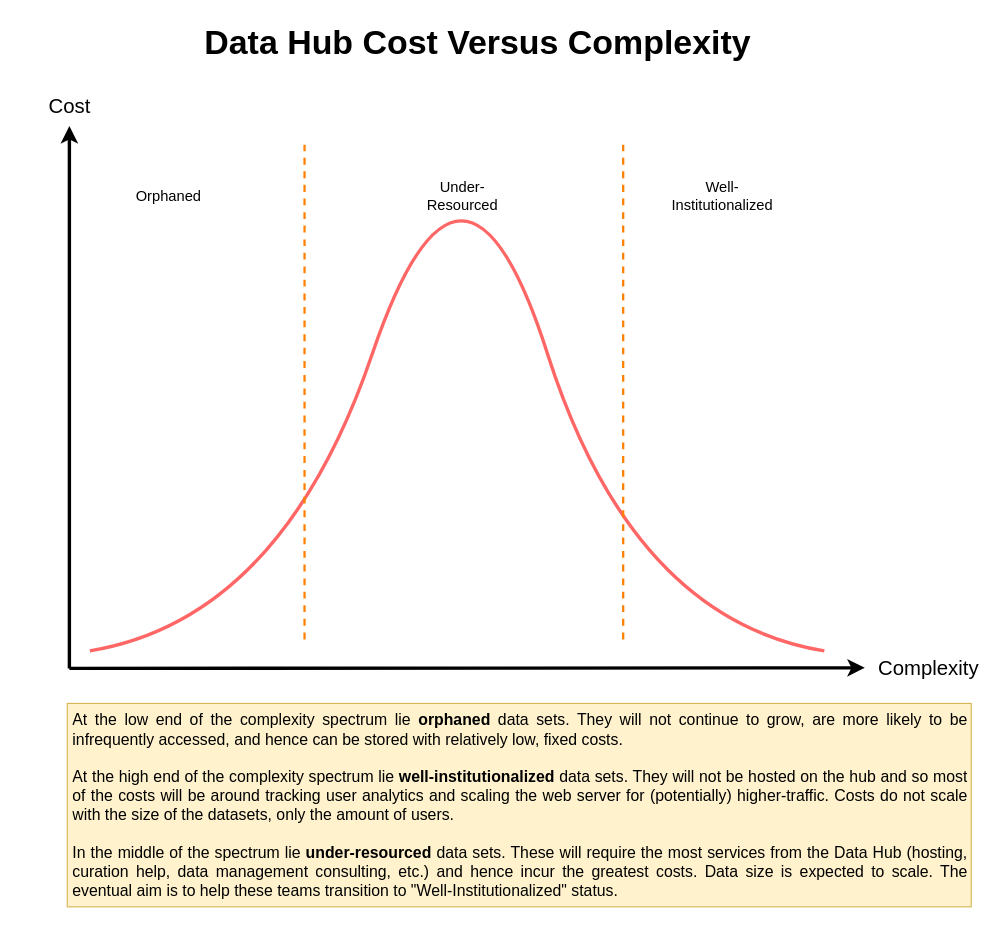
The draw.io diagram solutions-architecture/data-hub-complexity-vs-cost.drawio in EandrewJones/templates, before the edit. Source tidied: cells renumbered, new cells numbered last; positions are measured from the earlier drawing's top-left corner, leaving out a move shared by most shapes. Both pictures are drawn from the tidied source at 113%, with x=0, y=0 at pixel (19, 18).
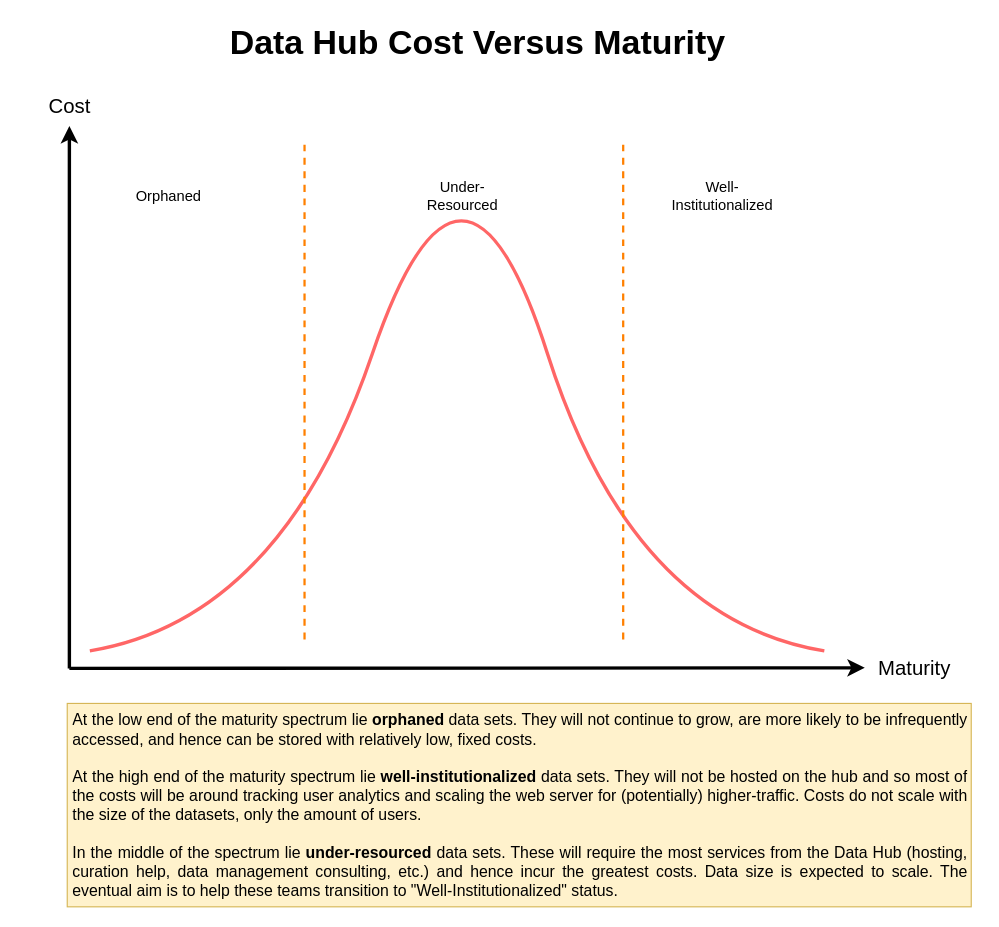
After the change.

Unchanged cells that the change refers to:
```xml
<mxCell id="4" style="group;" parent="3" vertex="1">
  <mxGeometry width="840" height="517" as="geometry" />
</mxCell>
```

Diff of the diagram source:
```diff
@@
-    <mxCell id="2" value="Data Hub Cost Versus Complexity" style="text;spacingTop=-5;align=center;verticalAlign=middle;fontSize=30;fontStyle=1;html=1;" parent="1" vertex="1">
+    <mxCell id="2" value="Data Hub Cost Versus Maturity" style="text;spacingTop=-5;align=center;verticalAlign=middle;fontSize=30;fontStyle=1;html=1;" parent="1" vertex="1">
       <mxGeometry x="-0.5" y="0.5" width="810" height="45" as="geometry" />
     </mxCell>
@@
-    <mxCell id="6" value="Complexity" style="text;spacingTop=-5;html=1;fontSize=18;fontStyle=0;strokeColor=none;" parent="4" vertex="1">
+    <mxCell id="6" value="Maturity" style="text;spacingTop=-5;html=1;fontSize=18;fontStyle=0;strokeColor=none;" parent="4" vertex="1">
       <mxGeometry x="756.3" y="497" width="83.7" height="20" as="geometry" />
     </mxCell>
@@
-    <mxCell id="15" value="&lt;div style=&quot;font-size: 14px;&quot; align=&quot;justify&quot;&gt;&lt;font style=&quot;font-size: 14px;&quot;&gt;&lt;br&gt;&lt;/font&gt;&lt;/div&gt;&lt;div style=&quot;font-size: 14px;&quot; align=&quot;justify&quot;&gt;&lt;font style=&quot;font-size: 14px;&quot;&gt;At the low end of the complexity spectrum lie &lt;b&gt;orphaned&lt;/b&gt; data sets. They will not continue to grow, are more likely to be infrequently accessed, and hence can be stored with relatively low, fixed costs. &lt;br&gt;&lt;/font&gt;&lt;/div&gt;&lt;div style=&quot;font-size: 14px;&quot; align=&quot;justify&quot;&gt;&lt;font style=&quot;font-size: 14px;&quot;&gt;&lt;br&gt;&lt;/font&gt;&lt;/div&gt;&lt;div style=&quot;font-size: 14px;&quot; align=&quot;justify&quot;&gt;&lt;font style=&quot;font-size: 14px;&quot;&gt;At the high end of the complexity spectrum lie &lt;b&gt;well-institutionalized&lt;/b&gt; data sets. They will not be hosted on the hub and so most of the costs will be around tracking user analytics and scaling the web server for (potentially) higher-traffic. Costs do not scale with the size of the datasets, only the amount of users.&lt;/font&gt;&lt;/div&gt;&lt;div style=&quot;font-size: 14px;&quot; align=&quot;justify&quot;&gt;&lt;font style=&quot;font-size: 14px;&quot;&gt;&lt;br&gt;&lt;/font&gt;&lt;/div&gt;&lt;div style=&quot;font-size: 14px;&quot; align=&quot;justify&quot;&gt;&lt;font style=&quot;font-size: 14px;&quot;&gt;In the middle of the spectrum lie &lt;b&gt;under-resourced&lt;/b&gt; data sets. These will  require the most services from the Data Hub (hosting, curation help, data management consulting, etc.) and hence incur the greatest costs. Data size is expected to scale. The eventual aim is to help these teams transition to &quot;Well-Institutionalized&quot; status.&lt;br&gt;&lt;/font&gt;&lt;/div&gt;" style="text;html=1;strokeColor=#d6b656;fillColor=#fff2cc;spacing=5;spacingTop=-20;whiteSpace=wrap;overflow=hidden;rounded=0;fontSize=13;" parent="1" vertex="1">
+    <mxCell id="15" value="&lt;div style=&quot;font-size: 14px;&quot; align=&quot;justify&quot;&gt;&lt;font style=&quot;font-size: 14px;&quot;&gt;&lt;br&gt;&lt;/font&gt;&lt;/div&gt;&lt;div style=&quot;font-size: 14px;&quot; align=&quot;justify&quot;&gt;&lt;font style=&quot;font-size: 14px;&quot;&gt;At the low end of the maturity spectrum lie &lt;b&gt;orphaned&lt;/b&gt; data sets. They will not continue to grow, are more likely to be infrequently accessed, and hence can be stored with relatively low, fixed costs. &lt;br&gt;&lt;/font&gt;&lt;/div&gt;&lt;div style=&quot;font-size: 14px;&quot; align=&quot;justify&quot;&gt;&lt;font style=&quot;font-size: 14px;&quot;&gt;&lt;br&gt;&lt;/font&gt;&lt;/div&gt;&lt;div style=&quot;font-size: 14px;&quot; align=&quot;justify&quot;&gt;&lt;font style=&quot;font-size: 14px;&quot;&gt;At the high end of the maturity spectrum lie &lt;b&gt;well-institutionalized&lt;/b&gt; data sets. They will not be hosted on the hub and so most of the costs will be around tracking user analytics and scaling the web server for (potentially) higher-traffic. Costs do not scale with the size of the datasets, only the amount of users.&lt;/font&gt;&lt;/div&gt;&lt;div style=&quot;font-size: 14px;&quot; align=&quot;justify&quot;&gt;&lt;font style=&quot;font-size: 14px;&quot;&gt;&lt;br&gt;&lt;/font&gt;&lt;/div&gt;&lt;div style=&quot;font-size: 14px;&quot; align=&quot;justify&quot;&gt;&lt;font style=&quot;font-size: 14px;&quot;&gt;In the middle of the spectrum lie &lt;b&gt;under-resourced&lt;/b&gt; data sets. These will  require the most services from the Data Hub (hosting, curation help, data management consulting, etc.) and hence incur the greatest costs. Data size is expected to scale. The eventual aim is to help these teams transition to &quot;Well-Institutionalized&quot; status.&lt;br&gt;&lt;/font&gt;&lt;/div&gt;" style="text;html=1;strokeColor=#d6b656;fillColor=#fff2cc;spacing=5;spacingTop=-20;whiteSpace=wrap;overflow=hidden;rounded=0;fontSize=13;" parent="1" vertex="1">
       <mxGeometry x="42" y="606" width="800" height="180" as="geometry" />
     </mxCell>
```
